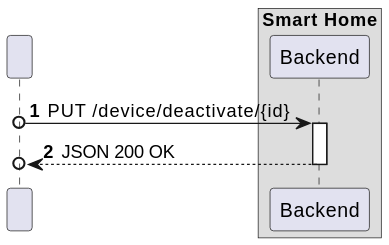
Before: docs/C4_4plus1_models/Level2/ProcessView/ProcessViewLevel2_UC08_v2.svg, a diagram exported from PlantUML (moutajDev/smarthome).
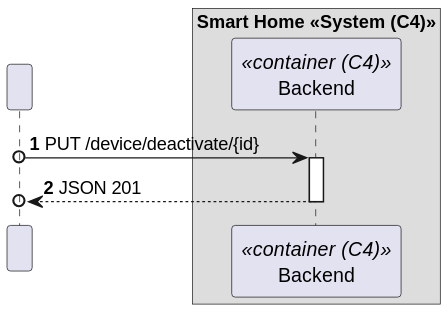
After the commit.

What changed in the source:
```diff
@@ -3,14 +3,15 @@
 
 autonumber
 
-participant  " "  as HTTP
-box "Smart Home"
-    participant "Backend" as BE
+participant " " as HTTP
+box "Smart Home <<System (C4)>>"
+    participant "Backend" as BE<<container (C4)>>
 end box
+
 
 HTTP o-> BE : PUT /device/deactivate/{id}
 activate BE
 
-BE -->o HTTP : JSON 200 OK
+BE -->o HTTP : JSON 201
 deactivate BE
 @enduml
```
